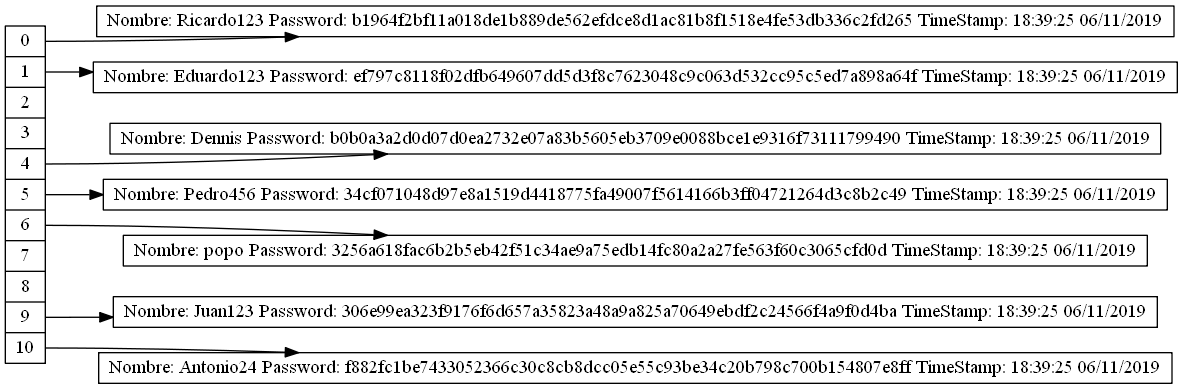
Eduardo01004/EDD_2S2019_PY2_201612124 keeps this Graphviz diagram as Proyecto2/HashTable.png. Above is the earlier version. Its source is kept beside it as Proyecto2/HashTable.dot.
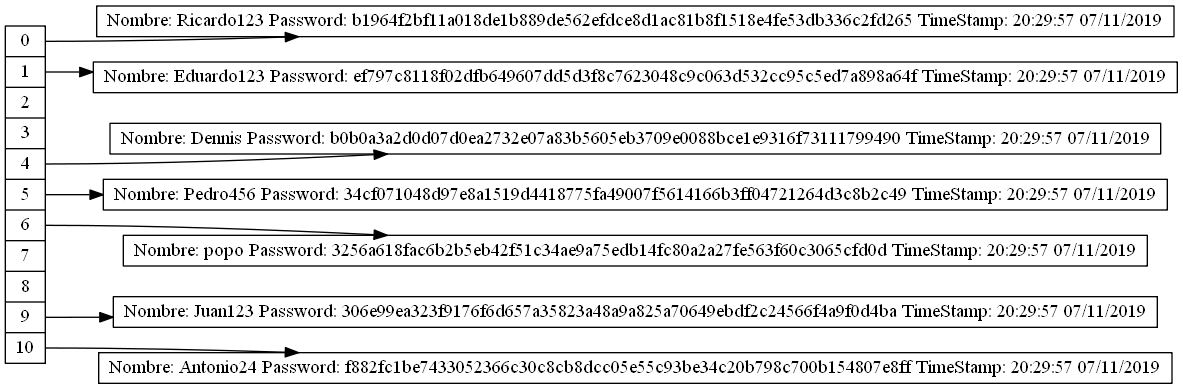
After the change.

Change to the diagram source:
```diff
@@ -12,18 +12,18 @@
 <f8> 8 |
 <f9> 9 |
 <f10> 10"];
-nodoRicardo123 [label= "Nombre: Ricardo123 Password: b1964f2bf11a018de1b889de562efdce8d1ac81b8f1518e4fe53db336c2fd265 TimeStamp: 18:39:25 06/11/2019"];
+nodoRicardo123 [label= "Nombre: Ricardo123 Password: b1964f2bf11a018de1b889de562efdce8d1ac81b8f1518e4fe53db336c2fd265 TimeStamp: 20:29:57 07/11/2019"];
 "nodeTable":f0 -> nodoRicardo123
-nodoEduardo123 [label= "Nombre: Eduardo123 Password: ef797c8118f02dfb649607dd5d3f8c7623048c9c063d532cc95c5ed7a898a64f TimeStamp: 18:39:25 06/11/2019"];
+nodoEduardo123 [label= "Nombre: Eduardo123 Password: ef797c8118f02dfb649607dd5d3f8c7623048c9c063d532cc95c5ed7a898a64f TimeStamp: 20:29:57 07/11/2019"];
 "nodeTable":f1 -> nodoEduardo123
-nodoDennis [label= "Nombre: Dennis Password: b0b0a3a2d0d07d0ea2732e07a83b5605eb3709e0088bce1e9316f73111799490 TimeStamp: 18:39:25 06/11/2019"];
+nodoDennis [label= "Nombre: Dennis Password: b0b0a3a2d0d07d0ea2732e07a83b5605eb3709e0088bce1e9316f73111799490 TimeStamp: 20:29:57 07/11/2019"];
 "nodeTable":f4 -> nodoDennis
-nodoPedro456 [label= "Nombre: Pedro456 Password: 34cf071048d97e8a1519d4418775fa49007f5614166b3ff04721264d3c8b2c49 TimeStamp: 18:39:25 06/11/2019"];
+nodoPedro456 [label= "Nombre: Pedro456 Password: 34cf071048d97e8a1519d4418775fa49007f5614166b3ff04721264d3c8b2c49 TimeStamp: 20:29:57 07/11/2019"];
 "nodeTable":f5 -> nodoPedro456
-nodopopo [label= "Nombre: popo Password: 3256a618fac6b2b5eb42f51c34ae9a75edb14fc80a2a27fe563f60c3065cfd0d TimeStamp: 18:39:25 06/11/2019"];
+nodopopo [label= "Nombre: popo Password: 3256a618fac6b2b5eb42f51c34ae9a75edb14fc80a2a27fe563f60c3065cfd0d TimeStamp: 20:29:57 07/11/2019"];
 "nodeTable":f6 -> nodopopo
-nodoJuan123 [label= "Nombre: Juan123 Password: 306e99ea323f9176f6d657a35823a48a9a825a70649ebdf2c24566f4a9f0d4ba TimeStamp: 18:39:25 06/11/2019"];
+nodoJuan123 [label= "Nombre: Juan123 Password: 306e99ea323f9176f6d657a35823a48a9a825a70649ebdf2c24566f4a9f0d4ba TimeStamp: 20:29:57 07/11/2019"];
 "nodeTable":f9 -> nodoJuan123
-nodoAntonio24 [label= "Nombre: Antonio24 Password: f882fc1be7433052366c30c8cb8dcc05e55c93be34c20b798c700b154807e8ff TimeStamp: 18:39:25 06/11/2019"];
+nodoAntonio24 [label= "Nombre: Antonio24 Password: f882fc1be7433052366c30c8cb8dcc05e55c93be34c20b798c700b154807e8ff TimeStamp: 20:29:57 07/11/2019"];
 "nodeTable":f10 -> nodoAntonio24
 }
```
